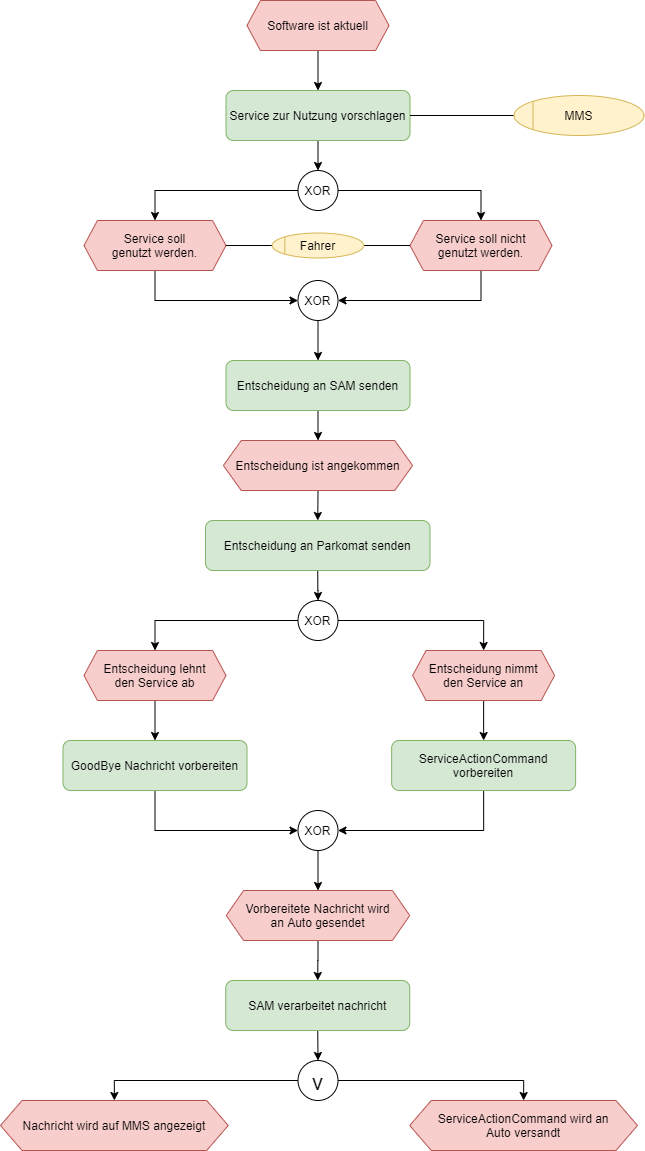
Earlier version of the draw.io export Ausarbeitung/text/pictures/konzept-Nutzungsprozess.png (hesty98/bachelorthesis). Source tidied: cells renumbered, new cells last; positions are measured from the earlier drawing's top-left corner, leaving out a move shared by most shapes. Source of this version:
```xml
<mxGraphModel>
  <root>
    <mxCell id="0" />
    <mxCell id="1" parent="0" />
    <mxCell id="2" style="edgeStyle=orthogonalEdgeStyle;rounded=0;jettySize=auto;html=0;exitX=0.5;exitY=1;exitDx=0;exitDy=0;entryX=0.5;entryY=0;entryDx=0;entryDy=0;startArrow=none;startFill=0;endArrow=classic;endFill=1;strokeColor=#000000;" parent="1" edge="1" source="3" target="5">
      <mxGeometry relative="1" as="geometry" />
    </mxCell>
    <mxCell id="3" value="Software ist aktuell" style="shape=hexagon;perimeter=hexagonPerimeter;rounded=0;size=0.09458588788853817;fillColor=#f8cecc;strokeColor=#b85450;" parent="1" vertex="1">
      <mxGeometry x="246.5" width="142" height="50" as="geometry" />
    </mxCell>
    <mxCell id="4" style="edgeStyle=orthogonalEdgeStyle;rounded=0;jettySize=auto;html=0;exitX=0.5;exitY=1;exitDx=0;exitDy=0;entryX=0.5;entryY=0;entryDx=0;entryDy=0;startArrow=none;startFill=0;endArrow=classic;endFill=1;strokeColor=#000000;" parent="1" edge="1" source="5" target="11">
      <mxGeometry relative="1" as="geometry" />
    </mxCell>
    <mxCell id="5" value="Service zur Nutzung vorschlagen" style="shape=ext;rounded=1;fillColor=#d5e8d4;strokeColor=#82b366;" parent="1" vertex="1">
      <mxGeometry x="225.5" y="90" width="184" height="50" as="geometry" />
    </mxCell>
    <mxCell id="6" style="edgeStyle=orthogonalEdgeStyle;rounded=0;jettySize=auto;html=1;exitX=0;exitY=0.5;exitDx=0;exitDy=0;entryX=1;entryY=0.5;entryDx=0;entryDy=0;startArrow=none;startFill=0;endArrow=none;endFill=0;strokeColor=#000000;" parent="1" edge="1" source="7" target="5">
      <mxGeometry relative="1" as="geometry" />
    </mxCell>
    <mxCell id="7" value="MMS" style="ellipse;align=center;fillColor=#fff2cc;strokeColor=#d6b656;" parent="1" vertex="1">
      <mxGeometry x="513.5" y="95" width="130" height="40" as="geometry" />
    </mxCell>
    <mxCell id="8" style="endArrow=none;html=1;entryX=0;entryY=0;entryDx=0;entryDy=0;exitX=0;exitY=1;exitDx=0;exitDy=0;strokeColor=#D6B656;" parent="1" edge="1" source="7" target="7">
      <mxGeometry relative="1" as="geometry" />
    </mxCell>
    <mxCell id="9" style="edgeStyle=orthogonalEdgeStyle;rounded=0;jettySize=auto;html=0;exitX=0;exitY=0.5;exitDx=0;exitDy=0;entryX=0.5;entryY=0;entryDx=0;entryDy=0;startArrow=none;startFill=0;endArrow=classic;endFill=1;strokeColor=#000000;" parent="1" edge="1" source="11" target="13">
      <mxGeometry relative="1" as="geometry" />
    </mxCell>
    <mxCell id="10" style="edgeStyle=orthogonalEdgeStyle;rounded=0;jettySize=auto;html=0;exitX=1;exitY=0.5;exitDx=0;exitDy=0;entryX=0.5;entryY=0;entryDx=0;entryDy=0;startArrow=none;startFill=0;endArrow=classic;endFill=1;strokeColor=#000000;" parent="1" edge="1" source="11" target="15">
      <mxGeometry relative="1" as="geometry" />
    </mxCell>
    <mxCell id="11" value="XOR" style="ellipse;" parent="1" vertex="1">
      <mxGeometry x="297.5" y="170" width="40" height="40" as="geometry" />
    </mxCell>
    <mxCell id="12" style="edgeStyle=orthogonalEdgeStyle;rounded=0;jettySize=auto;html=0;exitX=0.5;exitY=1;exitDx=0;exitDy=0;entryX=0;entryY=0.5;entryDx=0;entryDy=0;startArrow=none;startFill=0;endArrow=classic;endFill=1;strokeColor=#000000;" parent="1" edge="1" source="13" target="17">
      <mxGeometry relative="1" as="geometry" />
    </mxCell>
    <mxCell id="13" value="Service soll&#10;genutzt werden." style="shape=hexagon;perimeter=hexagonPerimeter;rounded=0;size=0.09458588788853817;fillColor=#f8cecc;strokeColor=#b85450;" parent="1" vertex="1">
      <mxGeometry x="83.5" y="220" width="142" height="50" as="geometry" />
    </mxCell>
    <mxCell id="14" style="edgeStyle=orthogonalEdgeStyle;rounded=0;jettySize=auto;html=0;exitX=0.5;exitY=1;exitDx=0;exitDy=0;entryX=1;entryY=0.5;entryDx=0;entryDy=0;startArrow=none;startFill=0;endArrow=classic;endFill=1;strokeColor=#000000;" parent="1" edge="1" source="15" target="17">
      <mxGeometry relative="1" as="geometry" />
    </mxCell>
    <mxCell id="15" value="Service soll nicht&#10;genutzt werden." style="shape=hexagon;perimeter=hexagonPerimeter;rounded=0;size=0.09458588788853817;fillColor=#f8cecc;strokeColor=#b85450;" parent="1" vertex="1">
      <mxGeometry x="409.5" y="220" width="142" height="50" as="geometry" />
    </mxCell>
    <mxCell id="16" style="edgeStyle=orthogonalEdgeStyle;rounded=0;jettySize=auto;html=0;exitX=0.5;exitY=1;exitDx=0;exitDy=0;entryX=0.5;entryY=0;entryDx=0;entryDy=0;startArrow=none;startFill=0;endArrow=classic;endFill=1;strokeColor=#000000;" parent="1" edge="1" source="17" target="19">
      <mxGeometry relative="1" as="geometry" />
    </mxCell>
    <mxCell id="17" value="XOR" style="ellipse;" parent="1" vertex="1">
      <mxGeometry x="297.5" y="280" width="40" height="40" as="geometry" />
    </mxCell>
    <mxCell id="18" style="edgeStyle=orthogonalEdgeStyle;rounded=0;jettySize=auto;html=0;exitX=0.5;exitY=1;exitDx=0;exitDy=0;entryX=0.5;entryY=0;entryDx=0;entryDy=0;startArrow=none;startFill=0;endArrow=classic;endFill=1;strokeColor=#000000;" parent="1" edge="1" source="19" target="25">
      <mxGeometry relative="1" as="geometry" />
    </mxCell>
    <mxCell id="19" value="Entscheidung an SAM senden" style="shape=ext;rounded=1;fillColor=#d5e8d4;strokeColor=#82b366;" parent="1" vertex="1">
      <mxGeometry x="225.5" y="360" width="184" height="50" as="geometry" />
    </mxCell>
    <mxCell id="20" style="edgeStyle=orthogonalEdgeStyle;rounded=0;jettySize=auto;html=0;exitX=1;exitY=0.5;exitDx=0;exitDy=0;entryX=0;entryY=0.5;entryDx=0;entryDy=0;startArrow=none;startFill=0;endArrow=none;endFill=0;strokeColor=#000000;" parent="1" edge="1" source="22" target="15">
      <mxGeometry relative="1" as="geometry" />
    </mxCell>
    <mxCell id="21" style="edgeStyle=orthogonalEdgeStyle;rounded=0;jettySize=auto;html=0;exitX=0;exitY=0.5;exitDx=0;exitDy=0;entryX=1;entryY=0.5;entryDx=0;entryDy=0;startArrow=none;startFill=0;endArrow=none;endFill=0;strokeColor=#000000;" parent="1" edge="1" source="22" target="13">
      <mxGeometry relative="1" as="geometry" />
    </mxCell>
    <mxCell id="22" value="Fahrer" style="ellipse;align=center;fillColor=#fff2cc;strokeColor=#d6b656;" parent="1" vertex="1">
      <mxGeometry x="271.8" y="232.5" width="91.5" height="25" as="geometry" />
    </mxCell>
    <mxCell id="23" style="endArrow=none;html=1;entryX=0;entryY=0;entryDx=0;entryDy=0;exitX=0;exitY=1;exitDx=0;exitDy=0;strokeColor=#D6B656;" parent="1" edge="1" source="22" target="22">
      <mxGeometry relative="1" as="geometry" />
    </mxCell>
    <mxCell id="24" style="edgeStyle=orthogonalEdgeStyle;rounded=0;jettySize=auto;html=0;exitX=0.5;exitY=1;exitDx=0;exitDy=0;entryX=0.5;entryY=0;entryDx=0;entryDy=0;startArrow=none;startFill=0;endArrow=classic;endFill=1;strokeColor=#000000;" parent="1" edge="1" source="25" target="27">
      <mxGeometry relative="1" as="geometry" />
    </mxCell>
    <mxCell id="25" value="Entscheidung ist angekommen" style="shape=hexagon;perimeter=hexagonPerimeter;rounded=0;size=0.09458588788853817;fillColor=#f8cecc;strokeColor=#b85450;" parent="1" vertex="1">
      <mxGeometry x="222.9" y="440" width="189.2" height="50" as="geometry" />
    </mxCell>
    <mxCell id="26" style="edgeStyle=orthogonalEdgeStyle;rounded=0;jettySize=auto;html=0;exitX=0.5;exitY=1;exitDx=0;exitDy=0;startArrow=none;startFill=0;endArrow=classic;endFill=1;strokeColor=#000000;" parent="1" edge="1" source="27" target="34">
      <mxGeometry relative="1" as="geometry" />
    </mxCell>
    <mxCell id="27" value="Entscheidung an Parkomat senden" style="shape=ext;rounded=1;fillColor=#d5e8d4;strokeColor=#82b366;" parent="1" vertex="1">
      <mxGeometry x="205" y="520" width="224.5" height="50" as="geometry" />
    </mxCell>
    <mxCell id="28" style="edgeStyle=orthogonalEdgeStyle;rounded=0;jettySize=auto;html=0;exitX=0.5;exitY=1;exitDx=0;exitDy=0;entryX=0.5;entryY=0;entryDx=0;entryDy=0;startArrow=none;startFill=0;endArrow=classic;endFill=1;strokeColor=#000000;" parent="1" edge="1" source="29" target="38">
      <mxGeometry relative="1" as="geometry" />
    </mxCell>
    <mxCell id="29" value="Entscheidung nimmt&#10;den Service an" style="shape=hexagon;perimeter=hexagonPerimeter;rounded=0;size=0.09458588788853817;fillColor=#f8cecc;strokeColor=#b85450;" parent="1" vertex="1">
      <mxGeometry x="412.1" y="650" width="142" height="50" as="geometry" />
    </mxCell>
    <mxCell id="30" style="edgeStyle=orthogonalEdgeStyle;rounded=0;jettySize=auto;html=0;exitX=0.5;exitY=1;exitDx=0;exitDy=0;entryX=0.5;entryY=0;entryDx=0;entryDy=0;startArrow=none;startFill=0;endArrow=classic;endFill=1;strokeColor=#000000;" parent="1" edge="1" source="31" target="36">
      <mxGeometry relative="1" as="geometry" />
    </mxCell>
    <mxCell id="31" value="Entscheidung lehnt&#10;den Service ab" style="shape=hexagon;perimeter=hexagonPerimeter;rounded=0;size=0.09458588788853817;fillColor=#f8cecc;strokeColor=#b85450;" parent="1" vertex="1">
      <mxGeometry x="83.5" y="650" width="142" height="50" as="geometry" />
    </mxCell>
    <mxCell id="32" style="edgeStyle=orthogonalEdgeStyle;rounded=0;jettySize=auto;html=0;exitX=1;exitY=0.5;exitDx=0;exitDy=0;entryX=0.5;entryY=0;entryDx=0;entryDy=0;startArrow=none;startFill=0;endArrow=classic;endFill=1;strokeColor=#000000;" parent="1" edge="1" source="34" target="29">
      <mxGeometry relative="1" as="geometry" />
    </mxCell>
    <mxCell id="33" style="edgeStyle=orthogonalEdgeStyle;rounded=0;jettySize=auto;html=0;exitX=0;exitY=0.5;exitDx=0;exitDy=0;startArrow=none;startFill=0;endArrow=classic;endFill=1;strokeColor=#000000;" parent="1" edge="1" source="34" target="31">
      <mxGeometry relative="1" as="geometry" />
    </mxCell>
    <mxCell id="34" value="XOR" style="ellipse;" parent="1" vertex="1">
      <mxGeometry x="297.5" y="600" width="40" height="40" as="geometry" />
    </mxCell>
    <mxCell id="35" style="edgeStyle=orthogonalEdgeStyle;rounded=0;jettySize=auto;html=0;exitX=0.5;exitY=1;exitDx=0;exitDy=0;entryX=0;entryY=0.5;entryDx=0;entryDy=0;startArrow=none;startFill=0;endArrow=classic;endFill=1;strokeColor=#000000;" parent="1" edge="1" source="36" target="42">
      <mxGeometry relative="1" as="geometry" />
    </mxCell>
    <mxCell id="36" value="GoodBye Nachricht vorbereiten" style="shape=ext;rounded=1;fillColor=#d5e8d4;strokeColor=#82b366;" parent="1" vertex="1">
      <mxGeometry x="62.5" y="740" width="184" height="50" as="geometry" />
    </mxCell>
    <mxCell id="37" style="edgeStyle=orthogonalEdgeStyle;rounded=0;jettySize=auto;html=0;exitX=0.5;exitY=1;exitDx=0;exitDy=0;entryX=1;entryY=0.5;entryDx=0;entryDy=0;startArrow=none;startFill=0;endArrow=classic;endFill=1;strokeColor=#000000;" parent="1" edge="1" source="38" target="42">
      <mxGeometry relative="1" as="geometry" />
    </mxCell>
    <mxCell id="38" value="ServiceActionCommand &#10;vorbereiten" style="shape=ext;rounded=1;fillColor=#d5e8d4;strokeColor=#82b366;" parent="1" vertex="1">
      <mxGeometry x="391.1" y="740" width="184" height="50" as="geometry" />
    </mxCell>
    <mxCell id="39" style="edgeStyle=orthogonalEdgeStyle;rounded=0;jettySize=auto;html=0;exitX=0.5;exitY=1;exitDx=0;exitDy=0;entryX=0.5;entryY=0;entryDx=0;entryDy=0;startArrow=none;startFill=0;endArrow=classic;endFill=1;strokeColor=#000000;" parent="1" edge="1" source="40" target="44">
      <mxGeometry relative="1" as="geometry" />
    </mxCell>
    <mxCell id="40" value="Vorbereitete Nachricht wird&#10;an Auto gesendet" style="shape=hexagon;perimeter=hexagonPerimeter;rounded=0;size=0.09458588788853817;fillColor=#f8cecc;strokeColor=#b85450;" parent="1" vertex="1">
      <mxGeometry x="225.8" y="890" width="183.5" height="50" as="geometry" />
    </mxCell>
    <mxCell id="41" style="edgeStyle=orthogonalEdgeStyle;rounded=0;jettySize=auto;html=0;exitX=0.5;exitY=1;exitDx=0;exitDy=0;entryX=0.5;entryY=0;entryDx=0;entryDy=0;startArrow=none;startFill=0;endArrow=classic;endFill=1;strokeColor=#000000;" parent="1" edge="1" source="42" target="40">
      <mxGeometry relative="1" as="geometry" />
    </mxCell>
    <mxCell id="42" value="XOR" style="ellipse;" parent="1" vertex="1">
      <mxGeometry x="297.5" y="810" width="40" height="40" as="geometry" />
    </mxCell>
    <mxCell id="43" style="edgeStyle=orthogonalEdgeStyle;rounded=0;jettySize=auto;html=0;exitX=0.5;exitY=1;exitDx=0;exitDy=0;entryX=0.5;entryY=0;entryDx=0;entryDy=0;startArrow=none;startFill=0;endArrow=classic;endFill=1;strokeColor=#000000;" parent="1" edge="1" source="44" target="47">
      <mxGeometry relative="1" as="geometry" />
    </mxCell>
    <mxCell id="44" value="SAM verarbeitet nachricht" style="shape=ext;rounded=1;fillColor=#d5e8d4;strokeColor=#82b366;" parent="1" vertex="1">
      <mxGeometry x="225.2" y="980" width="184" height="50" as="geometry" />
    </mxCell>
    <mxCell id="45" style="edgeStyle=orthogonalEdgeStyle;rounded=0;jettySize=auto;html=0;exitX=0;exitY=0.5;exitDx=0;exitDy=0;entryX=0.5;entryY=0;entryDx=0;entryDy=0;startArrow=none;startFill=0;endArrow=classic;endFill=1;strokeColor=#000000;fontSize=22;" parent="1" edge="1" source="47" target="48">
      <mxGeometry relative="1" as="geometry" />
    </mxCell>
    <mxCell id="46" style="edgeStyle=orthogonalEdgeStyle;rounded=0;jettySize=auto;html=0;exitX=1;exitY=0.5;exitDx=0;exitDy=0;entryX=0.5;entryY=0;entryDx=0;entryDy=0;startArrow=none;startFill=0;endArrow=classic;endFill=1;strokeColor=#000000;fontSize=22;" parent="1" edge="1" source="47" target="49">
      <mxGeometry relative="1" as="geometry" />
    </mxCell>
    <mxCell id="47" value="v" style="ellipse;fontSize=22;verticalAlign=middle;align=center;direction=east;" parent="1" vertex="1">
      <mxGeometry x="297.5" y="1060" width="40" height="40" as="geometry" />
    </mxCell>
    <mxCell id="48" value="Nachricht wird auf MMS angezeigt" style="shape=hexagon;perimeter=hexagonPerimeter;rounded=0;size=0.09458588788853817;fillColor=#f8cecc;strokeColor=#b85450;" parent="1" vertex="1">
      <mxGeometry y="1100" width="227.8" height="50" as="geometry" />
    </mxCell>
    <mxCell id="49" value="ServiceActionCommand wird an &#10;Auto versandt" style="shape=hexagon;perimeter=hexagonPerimeter;rounded=0;size=0.09458588788853817;fillColor=#f8cecc;strokeColor=#b85450;" parent="1" vertex="1">
      <mxGeometry x="409.2" y="1100" width="227.8" height="50" as="geometry" />
    </mxCell>
  </root>
</mxGraphModel>
```
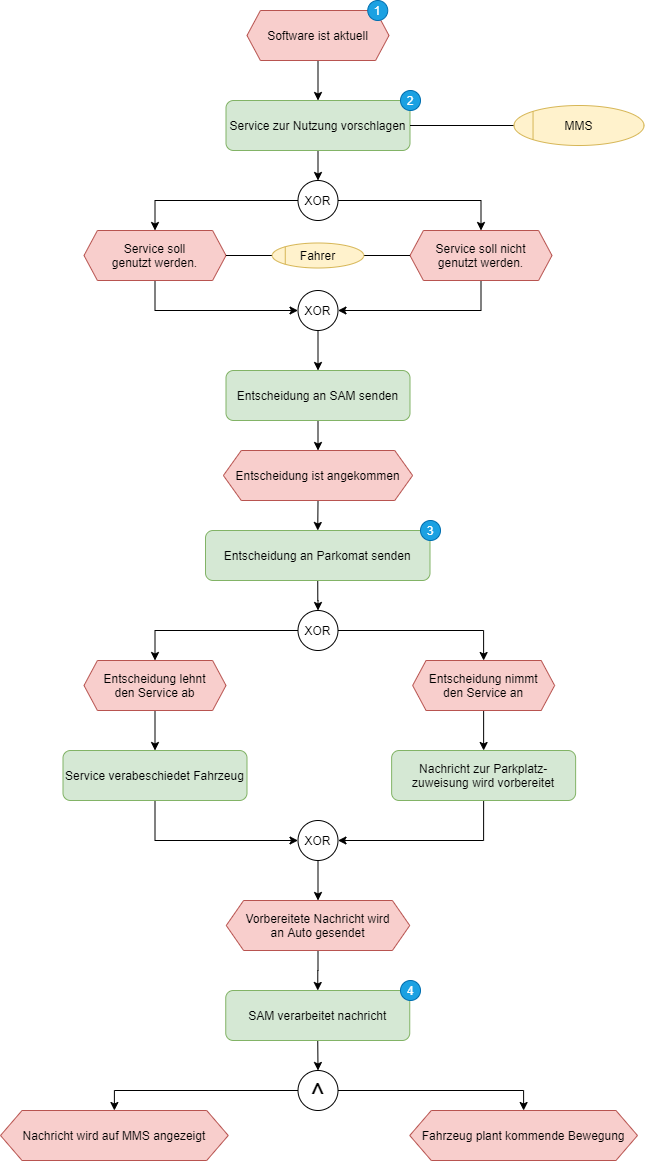
The same diagram one commit later.

What changed in the source:
```diff
@@ -104,13 +104,13 @@
     <mxCell id="35" style="edgeStyle=orthogonalEdgeStyle;rounded=0;jettySize=auto;html=0;exitX=0.5;exitY=1;exitDx=0;exitDy=0;entryX=0;entryY=0.5;entryDx=0;entryDy=0;startArrow=none;startFill=0;endArrow=classic;endFill=1;strokeColor=#000000;" parent="1" edge="1" source="36" target="42">
       <mxGeometry relative="1" as="geometry" />
     </mxCell>
-    <mxCell id="36" value="GoodBye Nachricht vorbereiten" style="shape=ext;rounded=1;fillColor=#d5e8d4;strokeColor=#82b366;" parent="1" vertex="1">
+    <mxCell id="36" value="Service verabeschiedet Fahrzeug" style="shape=ext;rounded=1;fillColor=#d5e8d4;strokeColor=#82b366;" parent="1" vertex="1">
       <mxGeometry x="62.5" y="740" width="184" height="50" as="geometry" />
     </mxCell>
     <mxCell id="37" style="edgeStyle=orthogonalEdgeStyle;rounded=0;jettySize=auto;html=0;exitX=0.5;exitY=1;exitDx=0;exitDy=0;entryX=1;entryY=0.5;entryDx=0;entryDy=0;startArrow=none;startFill=0;endArrow=classic;endFill=1;strokeColor=#000000;" parent="1" edge="1" source="38" target="42">
       <mxGeometry relative="1" as="geometry" />
     </mxCell>
-    <mxCell id="38" value="ServiceActionCommand &#10;vorbereiten" style="shape=ext;rounded=1;fillColor=#d5e8d4;strokeColor=#82b366;" parent="1" vertex="1">
+    <mxCell id="38" value="Nachricht zur Parkplatz-&#10;zuweisung wird vorbereitet" style="shape=ext;rounded=1;fillColor=#d5e8d4;strokeColor=#82b366;" parent="1" vertex="1">
       <mxGeometry x="391.1" y="740" width="184" height="50" as="geometry" />
     </mxCell>
     <mxCell id="39" style="edgeStyle=orthogonalEdgeStyle;rounded=0;jettySize=auto;html=0;exitX=0.5;exitY=1;exitDx=0;exitDy=0;entryX=0.5;entryY=0;entryDx=0;entryDy=0;startArrow=none;startFill=0;endArrow=classic;endFill=1;strokeColor=#000000;" parent="1" edge="1" source="40" target="44">
@@ -137,14 +137,26 @@
     <mxCell id="46" style="edgeStyle=orthogonalEdgeStyle;rounded=0;jettySize=auto;html=0;exitX=1;exitY=0.5;exitDx=0;exitDy=0;entryX=0.5;entryY=0;entryDx=0;entryDy=0;startArrow=none;startFill=0;endArrow=classic;endFill=1;strokeColor=#000000;fontSize=22;" parent="1" edge="1" source="47" target="49">
       <mxGeometry relative="1" as="geometry" />
     </mxCell>
-    <mxCell id="47" value="v" style="ellipse;fontSize=22;verticalAlign=middle;align=center;direction=east;" parent="1" vertex="1">
+    <mxCell id="47" value="^" style="ellipse;fontSize=29;verticalAlign=middle;align=center;direction=east;" parent="1" vertex="1">
       <mxGeometry x="297.5" y="1060" width="40" height="40" as="geometry" />
     </mxCell>
     <mxCell id="48" value="Nachricht wird auf MMS angezeigt" style="shape=hexagon;perimeter=hexagonPerimeter;rounded=0;size=0.09458588788853817;fillColor=#f8cecc;strokeColor=#b85450;" parent="1" vertex="1">
       <mxGeometry y="1100" width="227.8" height="50" as="geometry" />
     </mxCell>
-    <mxCell id="49" value="ServiceActionCommand wird an &#10;Auto versandt" style="shape=hexagon;perimeter=hexagonPerimeter;rounded=0;size=0.09458588788853817;fillColor=#f8cecc;strokeColor=#b85450;" parent="1" vertex="1">
+    <mxCell id="49" value="Fahrzeug plant kommende Bewegung" style="shape=hexagon;perimeter=hexagonPerimeter;rounded=0;size=0.09458588788853817;fillColor=#f8cecc;strokeColor=#b85450;" parent="1" vertex="1">
       <mxGeometry x="409.2" y="1100" width="227.8" height="50" as="geometry" />
     </mxCell>
+    <mxCell id="50" value="1" style="ellipse;whiteSpace=wrap;html=1;fillColor=#1ba1e2;strokeColor=#006EAF;fontColor=#ffffff;" parent="1" vertex="1">
+      <mxGeometry x="367.2" y="-10" width="20" height="20" as="geometry" />
+    </mxCell>
+    <mxCell id="51" value="2" style="ellipse;whiteSpace=wrap;html=1;fillColor=#1ba1e2;strokeColor=#006EAF;fontColor=#ffffff;" parent="1" vertex="1">
+      <mxGeometry x="400" y="80" width="20" height="20" as="geometry" />
+    </mxCell>
+    <mxCell id="52" value="3&lt;span style=&quot;color: rgba(0 , 0 , 0 , 0) ; font-family: monospace ; font-size: 0px&quot;&gt;%3CmxGraphModel%3E%3Croot%3E%3CmxCell%20id%3D%220%22%2F%3E%3CmxCell%20id%3D%221%22%20parent%3D%220%22%2F%3E%3CmxCell%20id%3D%222%22%20value%3D%222%22%20style%3D%22ellipse%3BwhiteSpace%3Dwrap%3Bhtml%3D1%3Baspect%3Dfixed%3BfillColor%3D%231ba1e2%3BstrokeColor%3D%23006EAF%3BfontColor%3D%23ffffff%3B%22%20vertex%3D%221%22%20parent%3D%221%22%3E%3CmxGeometry%20x%3D%22489.3%22%20y%3D%22269%22%20width%3D%2220%22%20height%3D%2220%22%20as%3D%22geometry%22%2F%3E%3C%2FmxCell%3E%3C%2Froot%3E%3C%2FmxGraphModel%3E&lt;/span&gt;" style="ellipse;whiteSpace=wrap;html=1;fillColor=#1ba1e2;strokeColor=#006EAF;fontColor=#ffffff;" parent="1" vertex="1">
+      <mxGeometry x="420" y="510" width="20" height="20" as="geometry" />
+    </mxCell>
+    <mxCell id="53" value="4" style="ellipse;whiteSpace=wrap;html=1;fillColor=#1ba1e2;strokeColor=#006EAF;fontColor=#ffffff;" parent="1" vertex="1">
+      <mxGeometry x="400" y="970" width="20" height="20" as="geometry" />
+    </mxCell>
   </root>
 </mxGraphModel>
```
